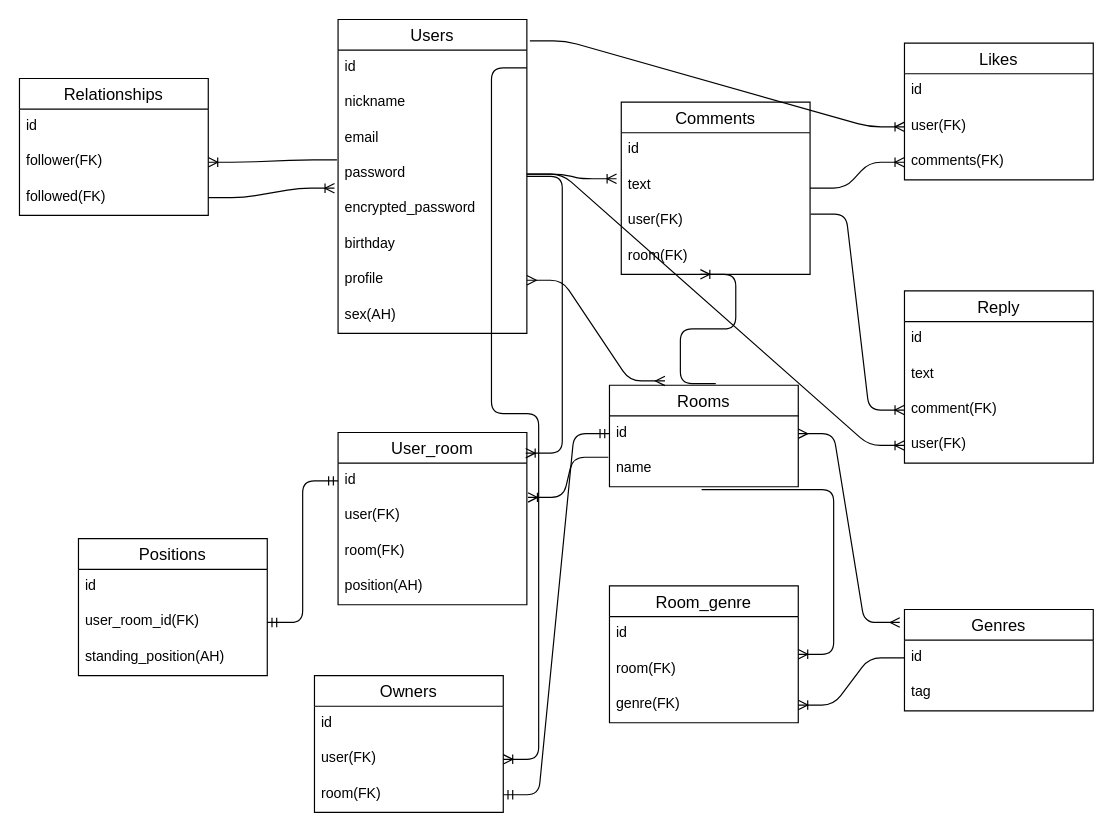
Above: ER図.dio in harukicode0/discussion_app_2022 (draw.io), before the change. Source tidied: cells renumbered, new cells numbered last; positions are measured from the earlier drawing's top-left corner, leaving out a move shared by most shapes. Both pictures are drawn from the tidied source at 118%, with x=0, y=0 at pixel (19, 19).
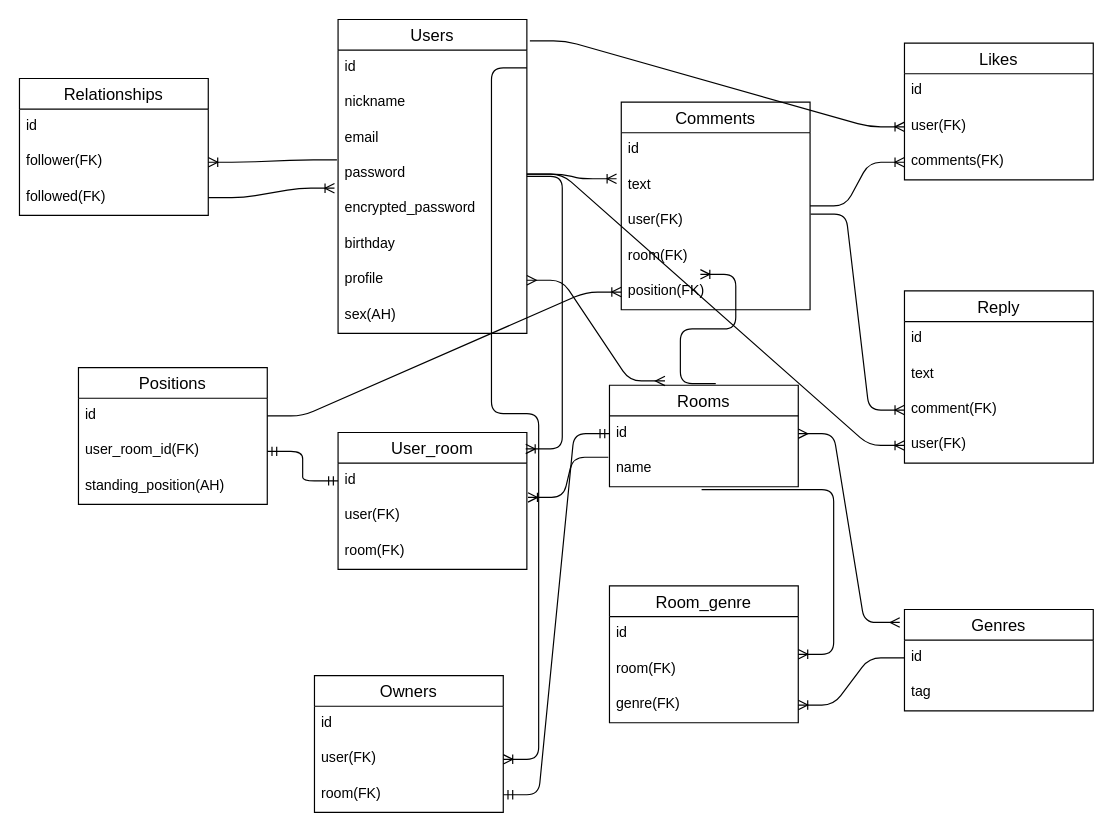
Above is the later version.

Unchanged cells that the change refers to:
```xml
<mxCell id="59" value="id" style="text;strokeColor=none;fillColor=none;spacingLeft=4;spacingRight=4;overflow=hidden;points=[[0,0.5],[1,0.5]];portConstraint=eastwest;fontSize=12;" parent="58" vertex="1">
  <mxGeometry y="26" width="160" height="30" as="geometry" />
</mxCell>
```

The edit, as a diff of the source:
```diff
@@
     <mxCell id="19" value="User_room" style="swimlane;fontStyle=0;horizontal=1;startSize=26;align=center;fontSize=14;" parent="1" vertex="1">
-      <mxGeometry x="270" y="350" width="160" height="146" as="geometry" />
+      <mxGeometry x="270" y="350" width="160" height="116" as="geometry" />
     </mxCell>
@@
-    <mxCell id="23" value="position(AH)" style="text;strokeColor=none;fillColor=none;spacingLeft=4;spacingRight=4;overflow=hidden;fontSize=12;" parent="19" vertex="1">
-      <mxGeometry y="116" width="160" height="30" as="geometry" />
-    </mxCell>
@@
     <mxCell id="38" value="Comments" style="swimlane;fontStyle=0;horizontal=1;startSize=26;align=center;fontSize=14;" parent="1" vertex="1">
-      <mxGeometry x="510" y="70" width="160" height="146" as="geometry" />
+      <mxGeometry x="510" y="70" width="160" height="176" as="geometry" />
     </mxCell>
@@
+    <mxCell id="69" value="position(FK)" style="text;strokeColor=none;fillColor=none;spacingLeft=4;spacingRight=4;overflow=hidden;points=[[0,0.5],[1,0.5]];portConstraint=eastwest;fontSize=12;" parent="38" vertex="1">
+      <mxGeometry y="146" width="160" height="30" as="geometry" />
+    </mxCell>
@@
     <mxCell id="58" value="Positions" style="swimlane;fontStyle=0;horizontal=1;startSize=26;align=center;fontSize=14;" parent="1" vertex="1">
-      <mxGeometry x="50" y="440" width="160" height="116" as="geometry" />
+      <mxGeometry x="50" y="295" width="160" height="116" as="geometry" />
     </mxCell>
@@
+    <mxCell id="70" style="edgeStyle=entityRelationEdgeStyle;fontSize=12;html=1;endArrow=ERoneToMany;exitX=1;exitY=0.5;exitDx=0;exitDy=0;entryX=0;entryY=0.5;entryDx=0;entryDy=0;" parent="1" edge="1" source="59" target="69">
+      <mxGeometry relative="1" as="geometry" />
+    </mxCell>
```
